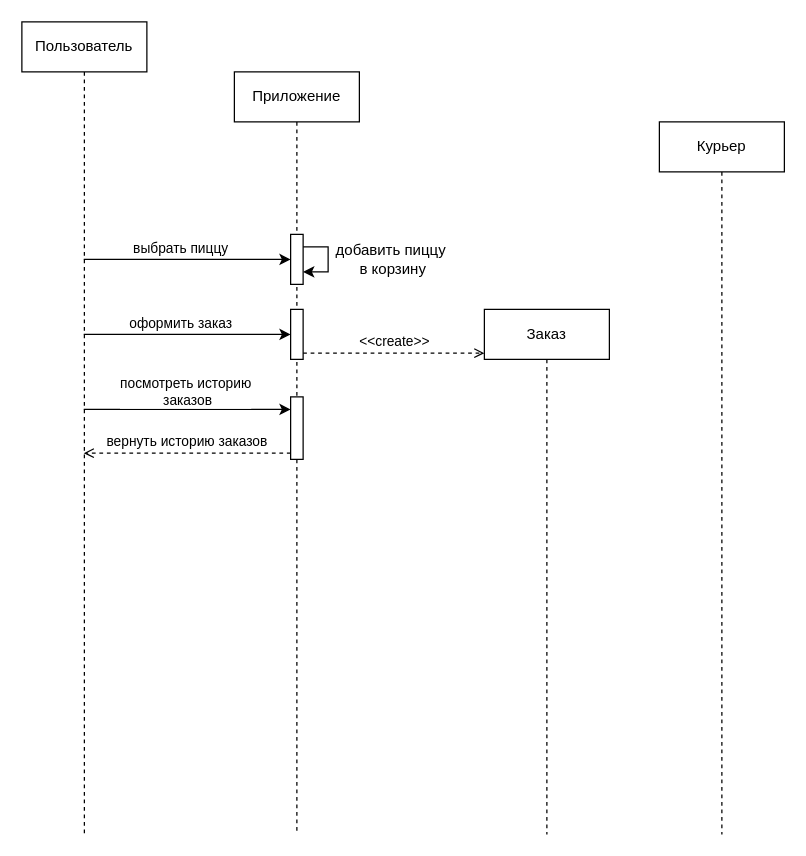
The draw.io diagram ДиаграммаПоследовательности.drawio in hard-gainer/UML, before the edit. Source tidied: cells renumbered, new cells numbered last; positions are measured from the earlier drawing's top-left corner, leaving out a move shared by most shapes. Both pictures are drawn from the tidied source at 125%, with x=0, y=0 at pixel (21, 21).
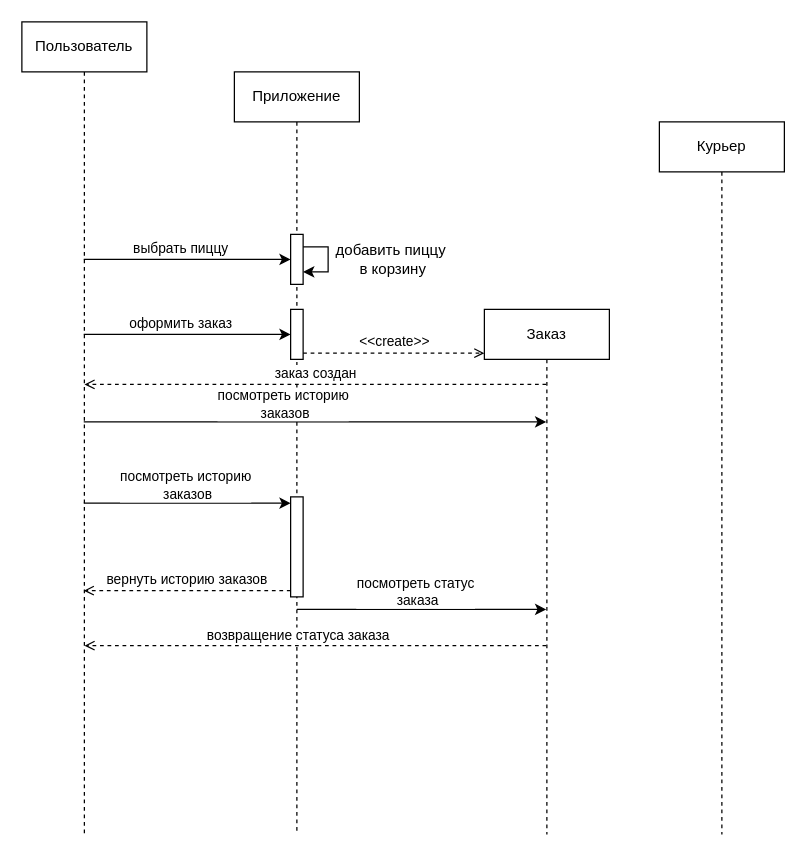
The same diagram, later.

Unchanged cells that the change refers to:
```xml
<mxCell id="4" value="Пользователь" style="shape=umlLifeline;perimeter=lifelinePerimeter;whiteSpace=wrap;html=1;outlineConnect=0;portConstraint=eastwest;newEdgeStyle={&quot;edgeStyle&quot;:&quot;elbowEdgeStyle&quot;,&quot;elbow&quot;:&quot;vertical&quot;,&quot;curved&quot;:0,&quot;rounded&quot;:0};" parent="1" vertex="1">
  <mxGeometry width="100" height="650" as="geometry" />
</mxCell>
<mxCell id="5" value="Приложение" style="shape=umlLifeline;perimeter=lifelinePerimeter;whiteSpace=wrap;html=1;newEdgeStyle={&quot;edgeStyle&quot;:&quot;elbowEdgeStyle&quot;,&quot;elbow&quot;:&quot;vertical&quot;,&quot;curved&quot;:0,&quot;rounded&quot;:0};" parent="1" vertex="1">
  <mxGeometry x="170" y="40" width="100" height="610" as="geometry" />
</mxCell>
<mxCell id="12" value="Заказ" style="shape=umlLifeline;perimeter=lifelinePerimeter;whiteSpace=wrap;html=1;outlineConnect=0;portConstraint=eastwest;newEdgeStyle={&quot;edgeStyle&quot;:&quot;elbowEdgeStyle&quot;,&quot;elbow&quot;:&quot;vertical&quot;,&quot;curved&quot;:0,&quot;rounded&quot;:0};" parent="1" vertex="1">
  <mxGeometry x="370" y="230" width="100" height="420" as="geometry" />
</mxCell>
```

Change to the diagram source:
```diff
@@
     <mxCell id="9" style="html=1;points=[[0,0,0,0,5],[0,1,0,0,-5],[1,0,0,0,5],[1,1,0,0,-5]];perimeter=orthogonalPerimeter;outlineConnect=0;targetShapes=umlLifeline;portConstraint=eastwest;newEdgeStyle={&quot;curved&quot;:0,&quot;rounded&quot;:0};" parent="5" vertex="1">
-      <mxGeometry x="45" y="260" width="10" height="50" as="geometry" />
+      <mxGeometry x="45" y="340" width="10" height="80" as="geometry" />
     </mxCell>
@@
-    <mxCell id="15" style="edgeStyle=elbowEdgeStyle;rounded=0;jettySize=auto;html=1;elbow=vertical;curved=0;" parent="1" edge="1" source="4" target="9">
+    <mxCell id="15" style="edgeStyle=elbowEdgeStyle;rounded=0;jettySize=auto;html=1;elbow=vertical;curved=0;entryX=0;entryY=0;entryDx=0;entryDy=5;entryPerimeter=0;" parent="1" edge="1" source="4" target="9">
       <mxGeometry relative="1" as="geometry">
         <Array as="points">
-          <mxPoint x="140" y="310" />
-          <mxPoint x="200" y="330" />
-          <mxPoint x="190" y="340" />
+          <mxPoint x="100" y="385" />
+          <mxPoint x="20" y="360" />
+          <mxPoint x="10" y="370" />
         </Array>
       </mxGeometry>
     </mxCell>
@@
+    <mxCell id="19" style="edgeStyle=elbowEdgeStyle;rounded=0;orthogonalLoop=1;jettySize=auto;html=1;elbow=vertical;curved=0;" parent="1" edge="1">
+      <mxGeometry relative="1" as="geometry">
+        <mxPoint x="220" y="470" as="sourcePoint" />
+        <mxPoint x="419.5" y="470" as="targetPoint" />
+        <Array as="points">
+          <mxPoint x="290" y="470" />
+          <mxPoint x="142" y="494" />
+          <mxPoint x="202" y="514" />
+          <mxPoint x="192" y="524" />
+        </Array>
+      </mxGeometry>
+    </mxCell>
+    <mxCell id="20" value="посмотреть статус&lt;div&gt;&amp;nbsp;заказа&lt;/div&gt;" style="edgeLabel;html=1;align=center;verticalAlign=middle;" parent="19" vertex="1">
+      <mxGeometry x="-0.24" y="1" relative="1" as="geometry">
+        <mxPoint x="18" y="-14" as="offset" />
+      </mxGeometry>
+    </mxCell>
+    <mxCell id="21" value="заказ создан" style="html=1;verticalAlign=bottom;labelBackgroundColor=default;endArrow=open;endFill=0;dashed=1;rounded=0;" parent="1" edge="1">
+      <mxGeometry relative="1" as="geometry">
+        <mxPoint x="419.5" y="290" as="sourcePoint" />
+        <mxPoint x="50.1" y="290" as="targetPoint" />
+      </mxGeometry>
+    </mxCell>
+    <mxCell id="22" value="возвращение статуса заказа" style="html=1;verticalAlign=bottom;labelBackgroundColor=default;endArrow=open;endFill=0;dashed=1;rounded=0;" parent="1" edge="1">
+      <mxGeometry x="0.08" y="1" relative="1" as="geometry">
+        <mxPoint x="419.5" y="499" as="sourcePoint" />
+        <mxPoint x="50.1" y="499" as="targetPoint" />
+      </mxGeometry>
+    </mxCell>
+    <mxCell id="23" style="edgeStyle=elbowEdgeStyle;rounded=0;jettySize=auto;html=1;elbow=vertical;curved=0;" parent="1" edge="1" source="4" target="12">
+      <mxGeometry relative="1" as="geometry">
+        <Array as="points">
+          <mxPoint x="310" y="320" />
+          <mxPoint x="64.9" y="322" />
+          <mxPoint x="54.9" y="332" />
+        </Array>
+      </mxGeometry>
+    </mxCell>
+    <mxCell id="24" value="посмотреть историю&lt;div&gt;&amp;nbsp;заказов&lt;/div&gt;" style="edgeLabel;html=1;align=center;verticalAlign=middle;" parent="23" vertex="1">
+      <mxGeometry x="-0.24" y="1" relative="1" as="geometry">
+        <mxPoint x="18" y="-14" as="offset" />
+      </mxGeometry>
+    </mxCell>
```
